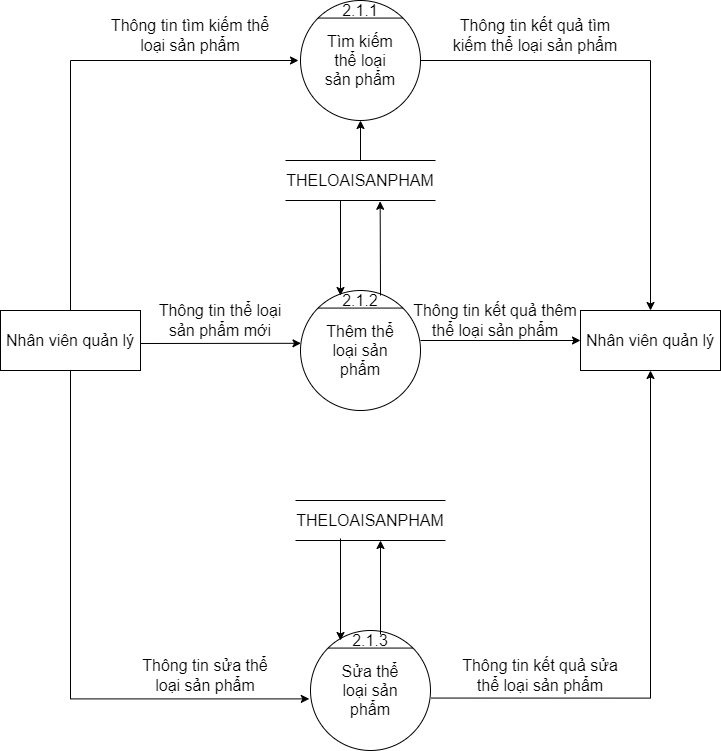
The draw.io diagram BFD&DFD/BFD&DFD mức 0, 1, 2, 3/DFD_2_QLClassify.png in hungtadasuke/CoffeShop_SoftwareTechnology, before a commit. Source tidied: cells renumbered, new cells last; positions are measured from the earlier drawing's top-left corner, leaving out a move shared by most shapes.
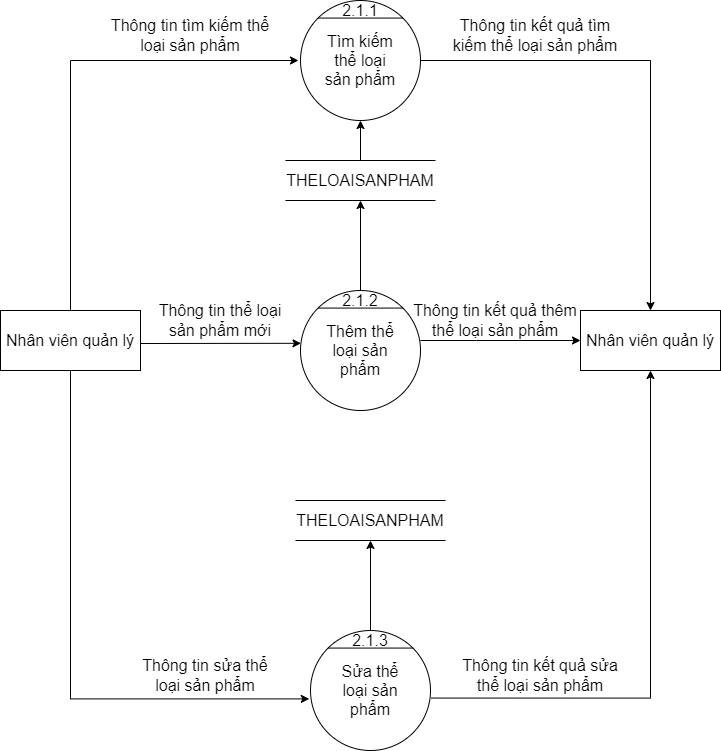
The same diagram one commit later.

Change to the diagram source:
```diff
@@ -95,20 +95,12 @@
     <mxCell id="26" style="endArrow=classic;html=1;rounded=0;fontSize=16;entryX=0.5;entryY=1;entryDx=0;entryDy=0;exitX=0.5;exitY=0;exitDx=0;exitDy=0;" parent="1" edge="1" source="22" target="2">
       <mxGeometry relative="1" as="geometry" />
     </mxCell>
-    <mxCell id="27" style="endArrow=classic;html=1;rounded=0;fontSize=16;exitX=1;exitY=0.25;exitDx=0;exitDy=0;entryX=0.631;entryY=1.02;entryDx=0;entryDy=0;entryPerimeter=0;" parent="1" edge="1" source="14" target="22">
+    <mxCell id="27" style="endArrow=classic;html=1;rounded=0;fontSize=16;entryX=0.5;entryY=1;entryDx=0;entryDy=0;exitX=0.5;exitY=0;exitDx=0;exitDy=0;" parent="1" edge="1" source="14" target="22">
       <mxGeometry relative="1" as="geometry" />
     </mxCell>
-    <mxCell id="28" style="endArrow=classic;html=1;rounded=0;fontSize=16;entryX=0.362;entryY=1.004;entryDx=0;entryDy=0;entryPerimeter=0;" parent="1" edge="1">
-      <mxGeometry relative="1" as="geometry">
-        <mxPoint x="380" y="634" as="sourcePoint" />
-        <mxPoint x="380" y="540" as="targetPoint" />
-      </mxGeometry>
+    <mxCell id="28" style="endArrow=classic;html=1;rounded=0;fontSize=16;entryX=0.5;entryY=1;entryDx=0;entryDy=0;exitX=0.5;exitY=0;exitDx=0;exitDy=0;" parent="1" edge="1" source="15" target="25">
+      <mxGeometry relative="1" as="geometry" />
     </mxCell>
-    <mxCell id="29" style="endArrow=classic;html=1;rounded=0;fontSize=16;entryX=0;entryY=0.5;entryDx=0;entryDy=0;" parent="1" edge="1" target="15">
-      <mxGeometry relative="1" as="geometry">
-        <mxPoint x="340" y="538" as="sourcePoint" />
-      </mxGeometry>
-    </mxCell>
     <mxCell id="30" value="Thông tin thể loại sản phẩm mới" style="text;html=1;strokeColor=none;fillColor=none;align=center;verticalAlign=middle;whiteSpace=wrap;rounded=0;fontSize=16;" parent="1" vertex="1">
       <mxGeometry x="155" y="305" width="130" height="30" as="geometry" />
     </mxCell>
@@ -124,10 +116,5 @@
     <mxCell id="34" value="Thông tin kết quả sửa thể loại sản phẩm" style="text;html=1;strokeColor=none;fillColor=none;align=center;verticalAlign=middle;whiteSpace=wrap;rounded=0;fontSize=16;" parent="1" vertex="1">
       <mxGeometry x="450" y="655" width="180" height="40" as="geometry" />
     </mxCell>
-    <mxCell id="35" style="endArrow=classic;html=1;rounded=0;fontSize=16;entryX=0;entryY=0.25;entryDx=0;entryDy=0;" parent="1" edge="1" target="14">
-      <mxGeometry relative="1" as="geometry">
-        <mxPoint x="340" y="200" as="sourcePoint" />
-      </mxGeometry>
-    </mxCell>
   </root>
 </mxGraphModel>
```
